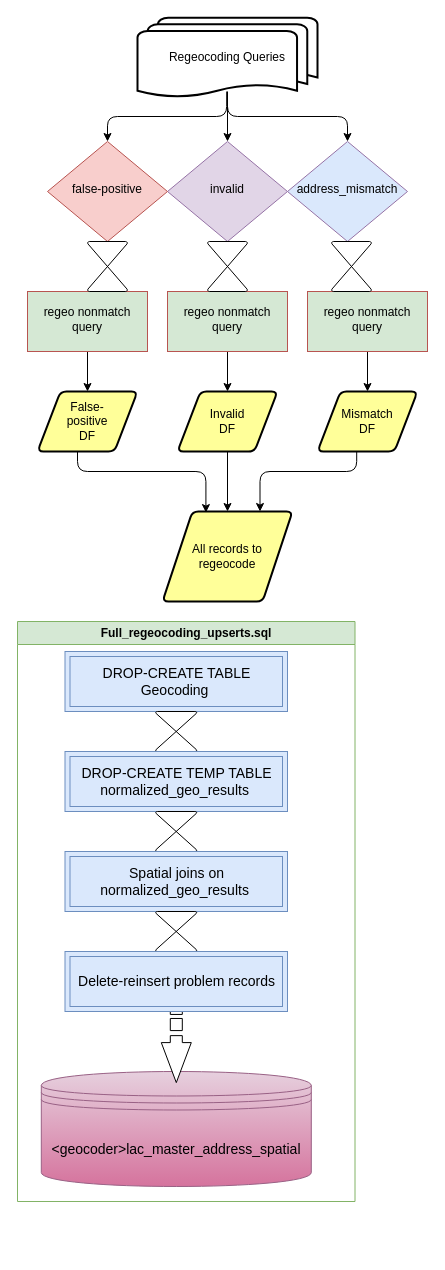
Earlier version of the draw.io diagram regeocoding_pipeline.drawio (Primordial-Haggis/LA_county_vax_etl_workflow). Source tidied: cells renumbered, new cells numbered last; positions are measured from the earlier drawing's top-left corner, leaving out a move shared by most shapes. Both pictures are drawn from the tidied source at 100%, with x=0, y=0 at pixel (17, 17).
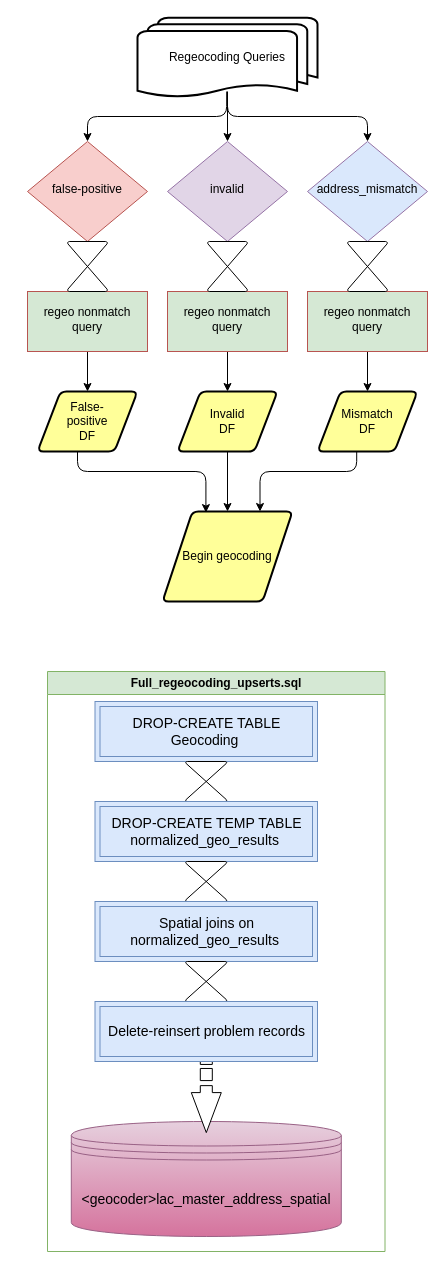
The same diagram, later.

Diff of the diagram source:
```diff
@@
     <mxCell id="2" value="Full_regeocoding_upserts.sql" style="horizontal=1;whiteSpace=wrap;html=1;fontSize=12;glass=0;strokeWidth=1;shadow=0;fillColor=#d5e8d4;strokeColor=#82b366;swimlane;startSize=23;" parent="1" vertex="1">
-      <mxGeometry y="604" width="337.5" height="580" as="geometry" />
+      <mxGeometry x="30" y="654" width="337.5" height="580" as="geometry" />
     </mxCell>
@@
     <mxCell id="18" value="false-positive" style="rhombus;whiteSpace=wrap;html=1;shadow=0;fontFamily=Helvetica;fontSize=12;align=center;strokeWidth=1;spacing=6;spacingTop=-4;fillColor=#f8cecc;strokeColor=#b85450;" parent="1" vertex="1">
-      <mxGeometry x="30" y="124" width="120" height="100" as="geometry" />
+      <mxGeometry x="10" y="124" width="120" height="100" as="geometry" />
     </mxCell>
@@
     <mxCell id="20" value="address_mismatch" style="rhombus;whiteSpace=wrap;html=1;shadow=0;fontFamily=Helvetica;fontSize=12;align=center;strokeWidth=1;spacing=6;spacingTop=-4;fillColor=#dae8fc;strokeColor=#9673a6;" parent="1" vertex="1">
-      <mxGeometry x="270" y="124" width="120" height="100" as="geometry" />
+      <mxGeometry x="290" y="124" width="120" height="100" as="geometry" />
     </mxCell>
@@
     <mxCell id="27" style="verticalLabelPosition=bottom;verticalAlign=top;html=1;shape=mxgraph.flowchart.collate;" parent="1" vertex="1">
-      <mxGeometry x="70" y="224" width="40" height="50" as="geometry" />
+      <mxGeometry x="50" y="224" width="40" height="50" as="geometry" />
     </mxCell>
@@
     <mxCell id="29" style="verticalLabelPosition=bottom;verticalAlign=top;html=1;shape=mxgraph.flowchart.collate;" parent="1" vertex="1">
-      <mxGeometry x="314" y="224" width="40" height="50" as="geometry" />
+      <mxGeometry x="330" y="224" width="40" height="50" as="geometry" />
     </mxCell>
@@
-    <mxCell id="36" value="All records to regeocode" style="shape=parallelogram;html=1;strokeWidth=2;perimeter=parallelogramPerimeter;whiteSpace=wrap;rounded=1;arcSize=12;size=0.23;fillColor=#FFFF99;" parent="1" vertex="1">
+    <mxCell id="36" value="Begin geocoding" style="shape=parallelogram;html=1;strokeWidth=2;perimeter=parallelogramPerimeter;whiteSpace=wrap;rounded=1;arcSize=12;size=0.23;fillColor=#FFFF99;" parent="1" vertex="1">
       <mxGeometry x="145" y="494" width="130" height="90" as="geometry" />
     </mxCell>
```
